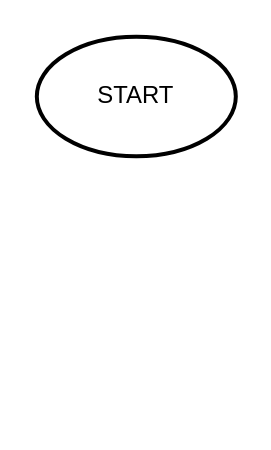
Hotdog-111/CompSci keeps this draw.io diagram as CompSci-main/1. Computational Thinking/FlowCharts/CarSpeeds.drawio. Above is the earlier version. Source tidied: cells renumbered, new cells numbered last; positions are measured from the earlier drawing's top-left corner, leaving out a move shared by most shapes. Both pictures are drawn from the tidied source at 199%, with x=0, y=0 at pixel (36, 36).
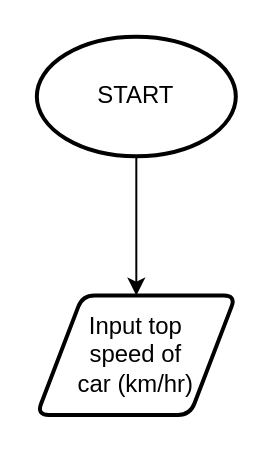
Above is the later version.

The edit, as a diff of the source:
```diff
@@
 <mxGraphModel>
   <root>
     <mxCell id="0" />
     <mxCell id="1" parent="0" />
+    <mxCell id="3" style="edgeStyle=orthogonalEdgeStyle;rounded=0;jettySize=auto;html=1;entryX=0.5;entryY=0;entryDx=0;entryDy=0;" parent="1" edge="1" source="2" target="4">
+      <mxGeometry relative="1" as="geometry" />
+    </mxCell>
     <mxCell id="2" value="START" style="strokeWidth=2;html=1;shape=mxgraph.flowchart.start_1;whiteSpace=wrap;" parent="1" vertex="1">
       <mxGeometry width="100" height="60" as="geometry" />
     </mxCell>
+    <mxCell id="4" value="Input top&lt;br&gt;speed of&lt;br&gt;car (km/hr)" style="shape=parallelogram;html=1;strokeWidth=2;perimeter=parallelogramPerimeter;whiteSpace=wrap;rounded=1;arcSize=12;size=0.23;" parent="1" vertex="1">
+      <mxGeometry y="130" width="100" height="60" as="geometry" />
+    </mxCell>
   </root>
 </mxGraphModel>
```
